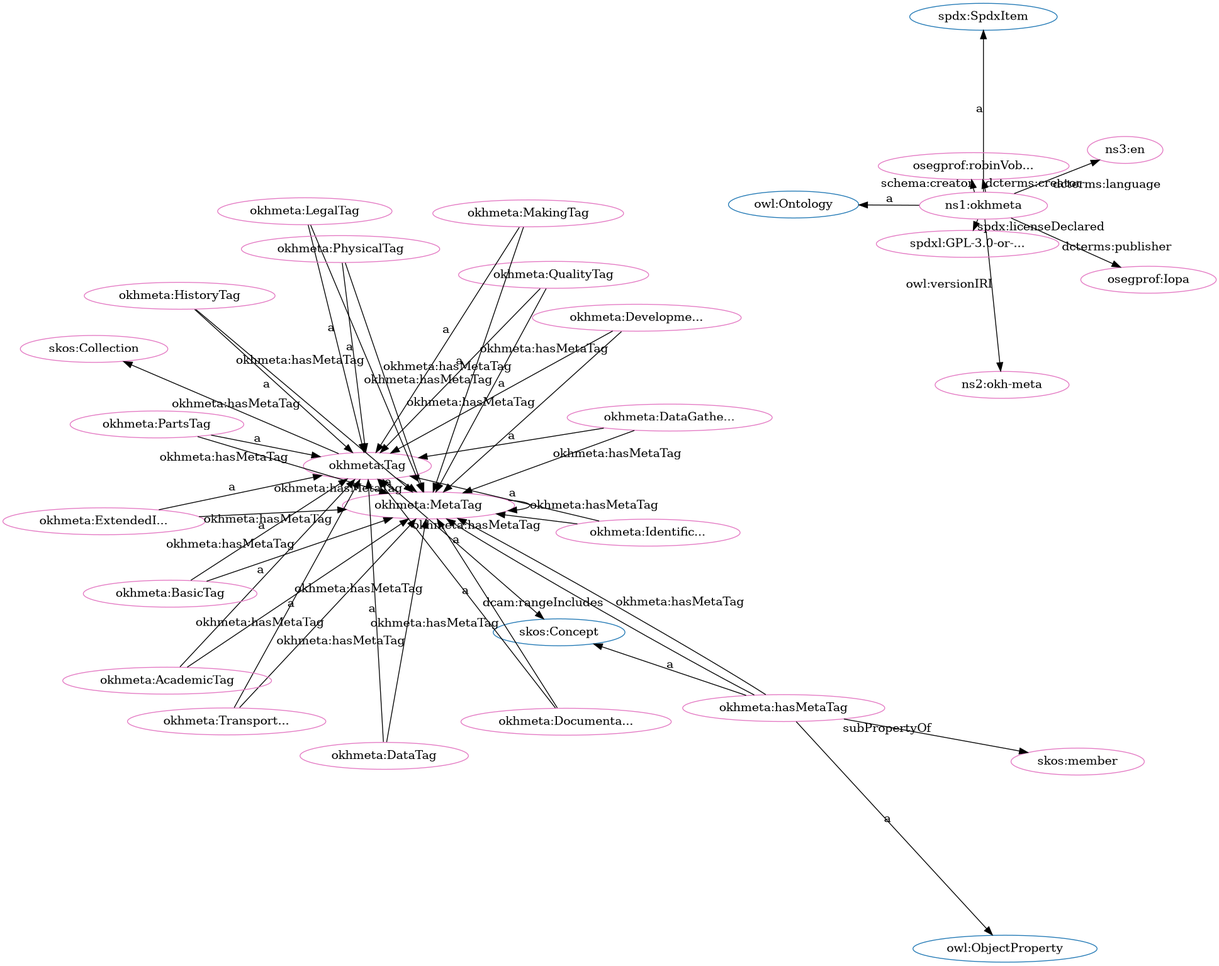
Before: src/spec/fdp_okh-meta.png, a diagram exported from Graphviz (iop-alliance/OpenKnowHow). Its source is kept beside it as src/spec/fdp_okh-meta.dot.
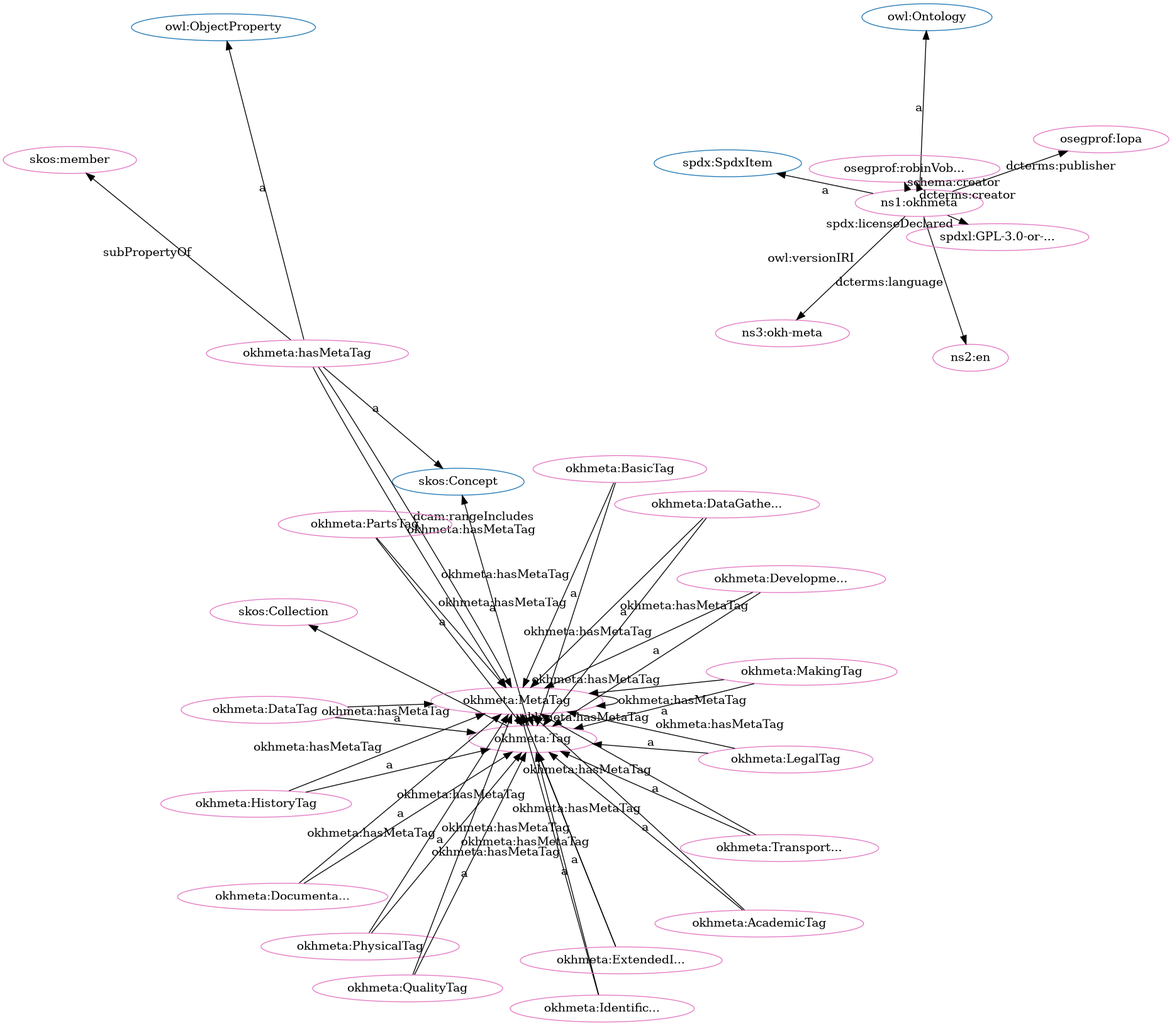
After the change.

The edit, as a diff of the source:
```diff
@@ -3,82 +3,82 @@
   node[height=.3]
 "http://w3id.org/oseg/ont/okhmeta#Tag" [fillcolor="#1f77b4" color="#1f77b4" label="okhmeta:Tag"]
 "http://www.w3.org/2004/02/skos/core#Collection" [fillcolor="#1f77b4" color="#1f77b4" label="skos:Collection"]
+"http://spdx.org/rdf/terms#SpdxItem" [fillcolor="#1f77b4" color="#1f77b4" label="spdx:SpdxItem"]
 "http://www.w3.org/2002/07/owl#ObjectProperty" [fillcolor="#1f77b4" color="#1f77b4" label="owl:ObjectProperty"]
+"http://www.w3.org/2004/02/skos/core#Concept" [fillcolor="#1f77b4" color="#1f77b4" label="skos:Concept"]
 "http://www.w3.org/2002/07/owl#Ontology" [fillcolor="#1f77b4" color="#1f77b4" label="owl:Ontology"]
-"http://spdx.org/rdf/terms#SpdxItem" [fillcolor="#1f77b4" color="#1f77b4" label="spdx:SpdxItem"]
-"http://www.w3.org/2004/02/skos/core#Concept" [fillcolor="#1f77b4" color="#1f77b4" label="skos:Concept"]
+"http://w3id.org/oseg/ont/okhmeta#MetaTag" [fillcolor="#e377c2" color="#e377c2" label="okhmeta:MetaTag"]
+"http://w3id.org/oseg/ont/okhmeta#Tag" [fillcolor="#e377c2" color="#e377c2" label="okhmeta:Tag"]
 "http://w3id.org/oseg/ont/okhmeta#hasMetaTag" [fillcolor="#e377c2" color="#e377c2" label="okhmeta:hasMetaTag"]
+"http://w3id.org/oseg/ont/okhmeta#PhysicalTag" [fillcolor="#e377c2" color="#e377c2" label="okhmeta:PhysicalTag"]
+"http://w3id.org/oseg/ont/okhmeta" [fillcolor="#e377c2" color="#e377c2" label="ns1:okhmeta"]
+"http://w3id.org/oseg/ont/okhmeta#MakingTag" [fillcolor="#e377c2" color="#e377c2" label="okhmeta:MakingTag"]
+"http://w3id.org/oseg/ont/okhmeta#HistoryTag" [fillcolor="#e377c2" color="#e377c2" label="okhmeta:HistoryTag"]
+"http://w3id.org/oseg/ont/oseg-profiles#robinVobruba" [fillcolor="#e377c2" color="#e377c2" label="osegprof:robinVob..."]
+"http://w3id.org/oseg/ont/okhmeta#LegalTag" [fillcolor="#e377c2" color="#e377c2" label="okhmeta:LegalTag"]
+"http://www.w3.org/2004/02/skos/core#Collection" [fillcolor="#e377c2" color="#e377c2" label="skos:Collection"]
 "http://w3id.org/oseg/ont/okhmeta#TransportationTag" [fillcolor="#e377c2" color="#e377c2" label="okhmeta:Transport..."]
-"http://w3id.org/oseg/ont/okhmeta#MetaTag" [fillcolor="#e377c2" color="#e377c2" label="okhmeta:MetaTag"]
-"http://w3id.org/oseg/ont/okhmeta#PartsTag" [fillcolor="#e377c2" color="#e377c2" label="okhmeta:PartsTag"]
-"http://w3id.org/oseg/ont/okhmeta" [fillcolor="#e377c2" color="#e377c2" label="ns1:okhmeta"]
-"http://w3id.org/oseg/ont/okhmeta#Tag" [fillcolor="#e377c2" color="#e377c2" label="okhmeta:Tag"]
-"http://w3id.org/oseg/ont/okhmeta#AcademicTag" [fillcolor="#e377c2" color="#e377c2" label="okhmeta:AcademicTag"]
-"http://w3id.org/oseg/ont/okhmeta#DevelopmentTag" [fillcolor="#e377c2" color="#e377c2" label="okhmeta:Developme..."]
-"http://www.w3.org/2004/02/skos/core#Collection" [fillcolor="#e377c2" color="#e377c2" label="skos:Collection"]
-"http://w3id.org/oseg/ont/okhmeta#BasicTag" [fillcolor="#e377c2" color="#e377c2" label="okhmeta:BasicTag"]
-"http://w3id.org/oseg/ont/okhmeta#DataTag" [fillcolor="#e377c2" color="#e377c2" label="okhmeta:DataTag"]
-"http://w3id.org/oseg/ont/oseg-profiles#robinVobruba" [fillcolor="#e377c2" color="#e377c2" label="osegprof:robinVob..."]
-"http://w3id.org/oseg/ont/okhmeta#DataGatheringTag" [fillcolor="#e377c2" color="#e377c2" label="okhmeta:DataGathe..."]
-"http://w3id.org/oseg/ont/okhmeta#ExtendedInfoTag" [fillcolor="#e377c2" color="#e377c2" label="okhmeta:ExtendedI..."]
-"http://w3id.org/oseg/ont/okhmeta#QualityTag" [fillcolor="#e377c2" color="#e377c2" label="okhmeta:QualityTag"]
-"http://w3id.org/oseg/ont/1.1.0/okh-meta" [fillcolor="#e377c2" color="#e377c2" label="ns2:okh-meta"]
-"http://id.loc.gov/vocabulary/iso639-1/en" [fillcolor="#e377c2" color="#e377c2" label="ns3:en"]
-"http://www.w3.org/2004/02/skos/core#member" [fillcolor="#e377c2" color="#e377c2" label="skos:member"]
-"http://spdx.org/licenses/GPL-3.0-or-later" [fillcolor="#e377c2" color="#e377c2" label="spdxl:GPL-3.0-or-..."]
-"http://w3id.org/oseg/ont/okhmeta#MakingTag" [fillcolor="#e377c2" color="#e377c2" label="okhmeta:MakingTag"]
-"http://w3id.org/oseg/ont/okhmeta#LegalTag" [fillcolor="#e377c2" color="#e377c2" label="okhmeta:LegalTag"]
-"http://w3id.org/oseg/ont/okhmeta#PhysicalTag" [fillcolor="#e377c2" color="#e377c2" label="okhmeta:PhysicalTag"]
-"http://w3id.org/oseg/ont/okhmeta#IdentificationTag" [fillcolor="#e377c2" color="#e377c2" label="okhmeta:Identific..."]
-"http://w3id.org/oseg/ont/okhmeta#HistoryTag" [fillcolor="#e377c2" color="#e377c2" label="okhmeta:HistoryTag"]
+"http://id.loc.gov/vocabulary/iso639-1/en" [fillcolor="#e377c2" color="#e377c2" label="ns2:en"]
 "http://w3id.org/oseg/ont/oseg-profiles#Iopa" [fillcolor="#e377c2" color="#e377c2" label="osegprof:Iopa"]
 "http://w3id.org/oseg/ont/okhmeta#DocumentationTag" [fillcolor="#e377c2" color="#e377c2" label="okhmeta:Documenta..."]
+"http://w3id.org/oseg/ont/1.1.0/okh-meta" [fillcolor="#e377c2" color="#e377c2" label="ns3:okh-meta"]
+"http://w3id.org/oseg/ont/okhmeta#AcademicTag" [fillcolor="#e377c2" color="#e377c2" label="okhmeta:AcademicTag"]
+"http://spdx.org/licenses/GPL-3.0-or-later" [fillcolor="#e377c2" color="#e377c2" label="spdxl:GPL-3.0-or-..."]
+"http://w3id.org/oseg/ont/okhmeta#DevelopmentTag" [fillcolor="#e377c2" color="#e377c2" label="okhmeta:Developme..."]
+"http://w3id.org/oseg/ont/okhmeta#PartsTag" [fillcolor="#e377c2" color="#e377c2" label="okhmeta:PartsTag"]
+"http://w3id.org/oseg/ont/okhmeta#BasicTag" [fillcolor="#e377c2" color="#e377c2" label="okhmeta:BasicTag"]
+"http://w3id.org/oseg/ont/okhmeta#IdentificationTag" [fillcolor="#e377c2" color="#e377c2" label="okhmeta:Identific..."]
+"http://w3id.org/oseg/ont/okhmeta#DataGatheringTag" [fillcolor="#e377c2" color="#e377c2" label="okhmeta:DataGathe..."]
+"http://w3id.org/oseg/ont/okhmeta#QualityTag" [fillcolor="#e377c2" color="#e377c2" label="okhmeta:QualityTag"]
+"http://www.w3.org/2004/02/skos/core#member" [fillcolor="#e377c2" color="#e377c2" label="skos:member"]
+"http://w3id.org/oseg/ont/okhmeta#DataTag" [fillcolor="#e377c2" color="#e377c2" label="okhmeta:DataTag"]
+"http://w3id.org/oseg/ont/okhmeta#ExtendedInfoTag" [fillcolor="#e377c2" color="#e377c2" label="okhmeta:ExtendedI..."]
+  "http://w3id.org/oseg/ont/okhmeta#HistoryTag" -> "http://w3id.org/oseg/ont/okhmeta#MetaTag" [label="okhmeta:hasMetaTag"]
+  "http://w3id.org/oseg/ont/okhmeta#Tag" -> "http://www.w3.org/2004/02/skos/core#Concept" [label="a"]
+  "http://w3id.org/oseg/ont/okhmeta#MetaTag" -> "http://w3id.org/oseg/ont/okhmeta#Tag" [label="a"]
+  "http://w3id.org/oseg/ont/okhmeta" -> "http://spdx.org/rdf/terms#SpdxItem" [label="a"]
+  "http://w3id.org/oseg/ont/okhmeta#HistoryTag" -> "http://w3id.org/oseg/ont/okhmeta#Tag" [label="a"]
+  "http://w3id.org/oseg/ont/okhmeta#DataTag" -> "http://w3id.org/oseg/ont/okhmeta#MetaTag" [label="okhmeta:hasMetaTag"]
+  "http://w3id.org/oseg/ont/okhmeta" -> "http://w3id.org/oseg/ont/oseg-profiles#robinVobruba" [label="schema:creator"]
+  "http://w3id.org/oseg/ont/okhmeta" -> "http://www.w3.org/2002/07/owl#Ontology" [label="a"]
+  "http://w3id.org/oseg/ont/okhmeta#QualityTag" -> "http://w3id.org/oseg/ont/okhmeta#Tag" [label="a"]
+  "http://w3id.org/oseg/ont/okhmeta#PhysicalTag" -> "http://w3id.org/oseg/ont/okhmeta#MetaTag" [label="okhmeta:hasMetaTag"]
+  "http://w3id.org/oseg/ont/okhmeta#MetaTag" -> "http://w3id.org/oseg/ont/okhmeta#MetaTag" [label="okhmeta:hasMetaTag"]
+  "http://w3id.org/oseg/ont/okhmeta#hasMetaTag" -> "http://www.w3.org/2004/02/skos/core#member" [label="subPropertyOf"]
+  "http://w3id.org/oseg/ont/okhmeta" -> "http://w3id.org/oseg/ont/oseg-profiles#robinVobruba" [label="dcterms:creator"]
+  "http://w3id.org/oseg/ont/okhmeta#LegalTag" -> "http://w3id.org/oseg/ont/okhmeta#MetaTag" [label="okhmeta:hasMetaTag"]
+  "http://w3id.org/oseg/ont/okhmeta#hasMetaTag" -> "http://www.w3.org/2004/02/skos/core#Concept" [label="a"]
+  "http://w3id.org/oseg/ont/okhmeta#PhysicalTag" -> "http://w3id.org/oseg/ont/okhmeta#Tag" [label="a"]
+  "http://w3id.org/oseg/ont/okhmeta#MakingTag" -> "http://w3id.org/oseg/ont/okhmeta#Tag" [label="a"]
+  "http://w3id.org/oseg/ont/okhmeta#LegalTag" -> "http://w3id.org/oseg/ont/okhmeta#Tag" [label="a"]
+  "http://w3id.org/oseg/ont/okhmeta#Tag" -> "http://www.w3.org/2004/02/skos/core#Collection" [label=""]
+  "http://w3id.org/oseg/ont/okhmeta#DevelopmentTag" -> "http://w3id.org/oseg/ont/okhmeta#MetaTag" [label="okhmeta:hasMetaTag"]
+  "http://w3id.org/oseg/ont/okhmeta#PartsTag" -> "http://w3id.org/oseg/ont/okhmeta#MetaTag" [label="okhmeta:hasMetaTag"]
+  "http://w3id.org/oseg/ont/okhmeta#MakingTag" -> "http://w3id.org/oseg/ont/okhmeta#MetaTag" [label="okhmeta:hasMetaTag"]
+  "http://w3id.org/oseg/ont/okhmeta#TransportationTag" -> "http://w3id.org/oseg/ont/okhmeta#Tag" [label="a"]
+  "http://w3id.org/oseg/ont/okhmeta" -> "http://id.loc.gov/vocabulary/iso639-1/en" [label="dcterms:language"]
+  "http://w3id.org/oseg/ont/okhmeta" -> "http://w3id.org/oseg/ont/oseg-profiles#Iopa" [label="dcterms:publisher"]
+  "http://w3id.org/oseg/ont/okhmeta#BasicTag" -> "http://w3id.org/oseg/ont/okhmeta#MetaTag" [label="okhmeta:hasMetaTag"]
+  "http://w3id.org/oseg/ont/okhmeta#hasMetaTag" -> "http://w3id.org/oseg/ont/okhmeta#MetaTag" [label="dcam:rangeIncludes"]
+  "http://w3id.org/oseg/ont/okhmeta#QualityTag" -> "http://w3id.org/oseg/ont/okhmeta#MetaTag" [label="okhmeta:hasMetaTag"]
+  "http://w3id.org/oseg/ont/okhmeta#hasMetaTag" -> "http://w3id.org/oseg/ont/okhmeta#MetaTag" [label="okhmeta:hasMetaTag"]
+  "http://w3id.org/oseg/ont/okhmeta#DocumentationTag" -> "http://w3id.org/oseg/ont/okhmeta#Tag" [label="a"]
   "http://w3id.org/oseg/ont/okhmeta#hasMetaTag" -> "http://www.w3.org/2002/07/owl#ObjectProperty" [label="a"]
+  "http://w3id.org/oseg/ont/okhmeta" -> "http://w3id.org/oseg/ont/1.1.0/okh-meta" [label="owl:versionIRI"]
+  "http://w3id.org/oseg/ont/okhmeta#AcademicTag" -> "http://w3id.org/oseg/ont/okhmeta#Tag" [label="a"]
+  "http://w3id.org/oseg/ont/okhmeta#ExtendedInfoTag" -> "http://w3id.org/oseg/ont/okhmeta#MetaTag" [label="okhmeta:hasMetaTag"]
+  "http://w3id.org/oseg/ont/okhmeta" -> "http://spdx.org/licenses/GPL-3.0-or-later" [label="spdx:licenseDeclared"]
+  "http://w3id.org/oseg/ont/okhmeta#DevelopmentTag" -> "http://w3id.org/oseg/ont/okhmeta#Tag" [label="a"]
   "http://w3id.org/oseg/ont/okhmeta#PartsTag" -> "http://w3id.org/oseg/ont/okhmeta#Tag" [label="a"]
-  "http://w3id.org/oseg/ont/okhmeta" -> "http://spdx.org/rdf/terms#SpdxItem" [label="a"]
-  "http://w3id.org/oseg/ont/okhmeta#Tag" -> "http://www.w3.org/2004/02/skos/core#Concept" [label="a"]
+  "http://w3id.org/oseg/ont/okhmeta#BasicTag" -> "http://w3id.org/oseg/ont/okhmeta#Tag" [label="a"]
+  "http://w3id.org/oseg/ont/okhmeta#Tag" -> "http://w3id.org/oseg/ont/okhmeta#MetaTag" [label="okhmeta:hasMetaTag"]
+  "http://w3id.org/oseg/ont/okhmeta#IdentificationTag" -> "http://w3id.org/oseg/ont/okhmeta#Tag" [label="a"]
+  "http://w3id.org/oseg/ont/okhmeta#DataGatheringTag" -> "http://w3id.org/oseg/ont/okhmeta#Tag" [label="a"]
+  "http://w3id.org/oseg/ont/okhmeta#TransportationTag" -> "http://w3id.org/oseg/ont/okhmeta#MetaTag" [label="okhmeta:hasMetaTag"]
   "http://w3id.org/oseg/ont/okhmeta#DocumentationTag" -> "http://w3id.org/oseg/ont/okhmeta#MetaTag" [label="okhmeta:hasMetaTag"]
-  "http://w3id.org/oseg/ont/okhmeta#Tag" -> "http://w3id.org/oseg/ont/okhmeta#MetaTag" [label="okhmeta:hasMetaTag"]
-  "http://w3id.org/oseg/ont/okhmeta#AcademicTag" -> "http://w3id.org/oseg/ont/okhmeta#Tag" [label="a"]
-  "http://w3id.org/oseg/ont/okhmeta#hasMetaTag" -> "http://www.w3.org/2004/02/skos/core#Concept" [label="a"]
-  "http://w3id.org/oseg/ont/okhmeta#BasicTag" -> "http://w3id.org/oseg/ont/okhmeta#Tag" [label="a"]
-  "http://w3id.org/oseg/ont/okhmeta#PhysicalTag" -> "http://w3id.org/oseg/ont/okhmeta#MetaTag" [label="okhmeta:hasMetaTag"]
   "http://w3id.org/oseg/ont/okhmeta#AcademicTag" -> "http://w3id.org/oseg/ont/okhmeta#MetaTag" [label="okhmeta:hasMetaTag"]
-  "http://w3id.org/oseg/ont/okhmeta" -> "http://w3id.org/oseg/ont/oseg-profiles#robinVobruba" [label="schema:creator"]
+  "http://w3id.org/oseg/ont/okhmeta#DataTag" -> "http://w3id.org/oseg/ont/okhmeta#Tag" [label="a"]
+  "http://w3id.org/oseg/ont/okhmeta#ExtendedInfoTag" -> "http://w3id.org/oseg/ont/okhmeta#Tag" [label="a"]
   "http://w3id.org/oseg/ont/okhmeta#IdentificationTag" -> "http://w3id.org/oseg/ont/okhmeta#MetaTag" [label="okhmeta:hasMetaTag"]
-  "http://w3id.org/oseg/ont/okhmeta#DataGatheringTag" -> "http://w3id.org/oseg/ont/okhmeta#Tag" [label="a"]
-  "http://w3id.org/oseg/ont/okhmeta#hasMetaTag" -> "http://www.w3.org/2004/02/skos/core#member" [label="subPropertyOf"]
-  "http://w3id.org/oseg/ont/okhmeta" -> "http://spdx.org/licenses/GPL-3.0-or-later" [label="spdx:licenseDeclared"]
-  "http://w3id.org/oseg/ont/okhmeta#ExtendedInfoTag" -> "http://w3id.org/oseg/ont/okhmeta#MetaTag" [label="okhmeta:hasMetaTag"]
-  "http://w3id.org/oseg/ont/okhmeta#QualityTag" -> "http://w3id.org/oseg/ont/okhmeta#MetaTag" [label="okhmeta:hasMetaTag"]
-  "http://w3id.org/oseg/ont/okhmeta#PartsTag" -> "http://w3id.org/oseg/ont/okhmeta#MetaTag" [label="okhmeta:hasMetaTag"]
-  "http://w3id.org/oseg/ont/okhmeta#LegalTag" -> "http://w3id.org/oseg/ont/okhmeta#Tag" [label="a"]
-  "http://w3id.org/oseg/ont/okhmeta#MakingTag" -> "http://w3id.org/oseg/ont/okhmeta#MetaTag" [label="okhmeta:hasMetaTag"]
-  "http://w3id.org/oseg/ont/okhmeta#hasMetaTag" -> "http://w3id.org/oseg/ont/okhmeta#MetaTag" [label="dcam:rangeIncludes"]
-  "http://w3id.org/oseg/ont/okhmeta#HistoryTag" -> "http://w3id.org/oseg/ont/okhmeta#Tag" [label="a"]
-  "http://w3id.org/oseg/ont/okhmeta#DocumentationTag" -> "http://w3id.org/oseg/ont/okhmeta#Tag" [label="a"]
-  "http://w3id.org/oseg/ont/okhmeta#TransportationTag" -> "http://w3id.org/oseg/ont/okhmeta#Tag" [label="a"]
-  "http://w3id.org/oseg/ont/okhmeta#BasicTag" -> "http://w3id.org/oseg/ont/okhmeta#MetaTag" [label="okhmeta:hasMetaTag"]
-  "http://w3id.org/oseg/ont/okhmeta#DevelopmentTag" -> "http://w3id.org/oseg/ont/okhmeta#Tag" [label="a"]
-  "http://w3id.org/oseg/ont/okhmeta#TransportationTag" -> "http://w3id.org/oseg/ont/okhmeta#MetaTag" [label="okhmeta:hasMetaTag"]
-  "http://w3id.org/oseg/ont/okhmeta#Tag" -> "http://www.w3.org/2004/02/skos/core#Collection" [label=""]
-  "http://w3id.org/oseg/ont/okhmeta#DataTag" -> "http://w3id.org/oseg/ont/okhmeta#Tag" [label="a"]
-  "http://w3id.org/oseg/ont/okhmeta" -> "http://w3id.org/oseg/ont/oseg-profiles#robinVobruba" [label="dcterms:creator"]
-  "http://w3id.org/oseg/ont/okhmeta#ExtendedInfoTag" -> "http://w3id.org/oseg/ont/okhmeta#Tag" [label="a"]
-  "http://w3id.org/oseg/ont/okhmeta#QualityTag" -> "http://w3id.org/oseg/ont/okhmeta#Tag" [label="a"]
-  "http://w3id.org/oseg/ont/okhmeta" -> "http://w3id.org/oseg/ont/1.1.0/okh-meta" [label="owl:versionIRI"]
-  "http://w3id.org/oseg/ont/okhmeta#DataTag" -> "http://w3id.org/oseg/ont/okhmeta#MetaTag" [label="okhmeta:hasMetaTag"]
-  "http://w3id.org/oseg/ont/okhmeta" -> "http://id.loc.gov/vocabulary/iso639-1/en" [label="dcterms:language"]
-  "http://w3id.org/oseg/ont/okhmeta#MetaTag" -> "http://w3id.org/oseg/ont/okhmeta#Tag" [label="a"]
-  "http://w3id.org/oseg/ont/okhmeta#HistoryTag" -> "http://w3id.org/oseg/ont/okhmeta#MetaTag" [label="okhmeta:hasMetaTag"]
   "http://w3id.org/oseg/ont/okhmeta#DataGatheringTag" -> "http://w3id.org/oseg/ont/okhmeta#MetaTag" [label="okhmeta:hasMetaTag"]
-  "http://w3id.org/oseg/ont/okhmeta#MakingTag" -> "http://w3id.org/oseg/ont/okhmeta#Tag" [label="a"]
-  "http://w3id.org/oseg/ont/okhmeta#PhysicalTag" -> "http://w3id.org/oseg/ont/okhmeta#Tag" [label="a"]
-  "http://w3id.org/oseg/ont/okhmeta#hasMetaTag" -> "http://w3id.org/oseg/ont/okhmeta#MetaTag" [label="okhmeta:hasMetaTag"]
-  "http://w3id.org/oseg/ont/okhmeta#IdentificationTag" -> "http://w3id.org/oseg/ont/okhmeta#Tag" [label="a"]
-  "http://w3id.org/oseg/ont/okhmeta#MetaTag" -> "http://w3id.org/oseg/ont/okhmeta#MetaTag" [label="okhmeta:hasMetaTag"]
-  "http://w3id.org/oseg/ont/okhmeta" -> "http://www.w3.org/2002/07/owl#Ontology" [label="a"]
-  "http://w3id.org/oseg/ont/okhmeta#LegalTag" -> "http://w3id.org/oseg/ont/okhmeta#MetaTag" [label="okhmeta:hasMetaTag"]
-  "http://w3id.org/oseg/ont/okhmeta" -> "http://w3id.org/oseg/ont/oseg-profiles#Iopa" [label="dcterms:publisher"]
-  "http://w3id.org/oseg/ont/okhmeta#DevelopmentTag" -> "http://w3id.org/oseg/ont/okhmeta#MetaTag" [label="okhmeta:hasMetaTag"]
 }
```
